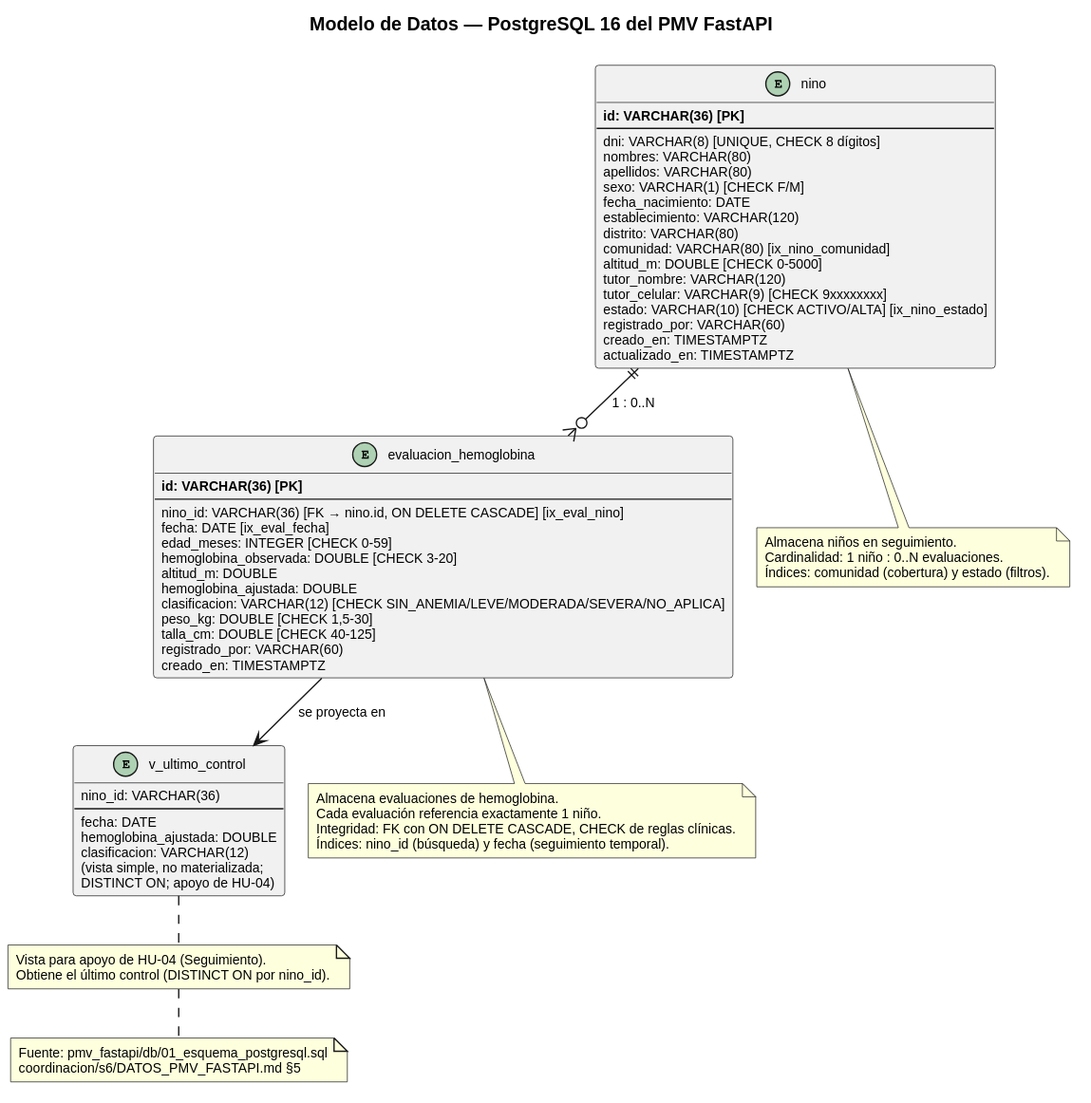
Above: diagramas/svg/55_s6_modelo_datos_postgresql.svg in woshtsu/ProcesosSoftwareAnemia (PlantUML), before the change.
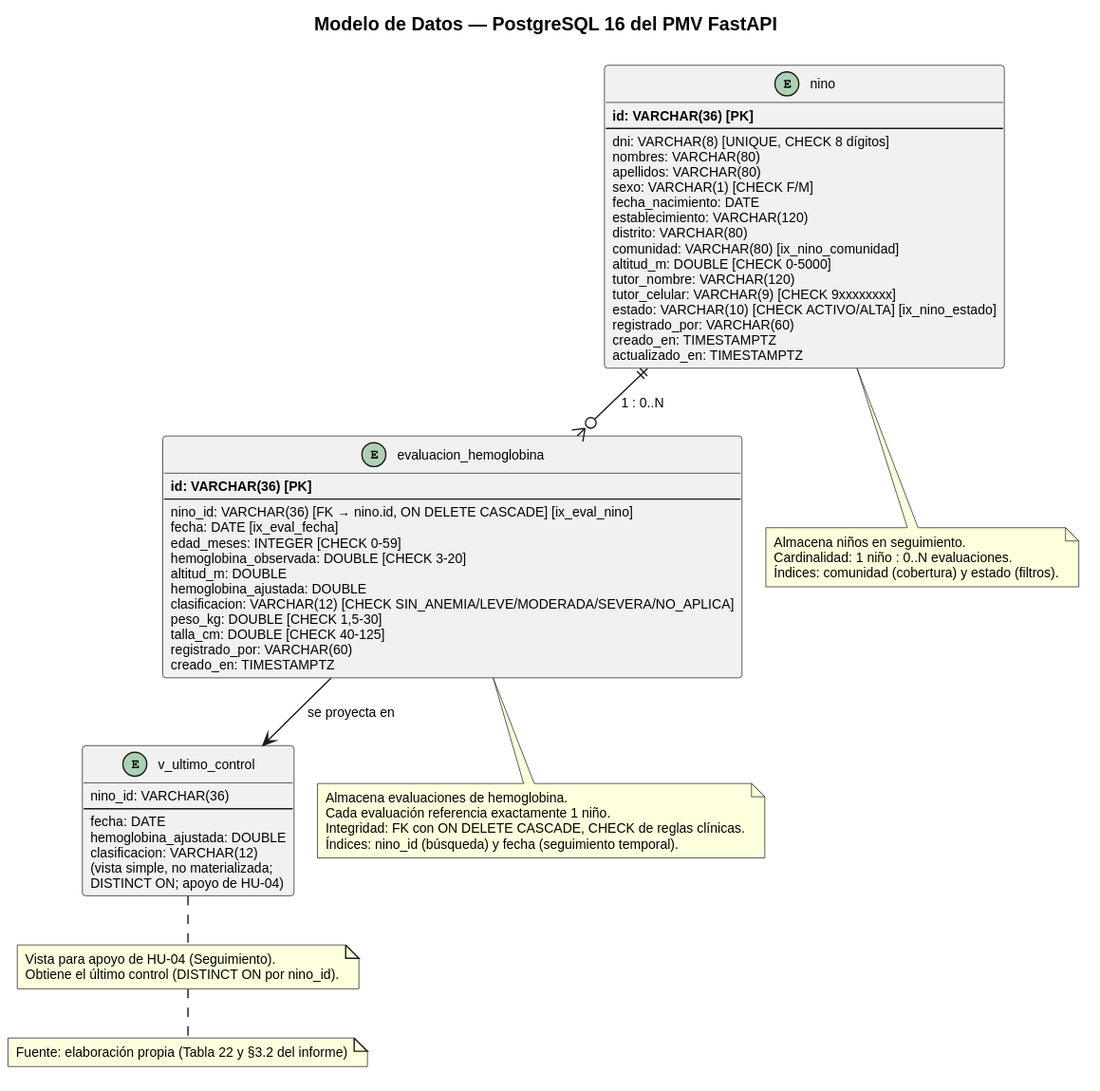
Later version of the same file.

Diff of the diagram source:
```diff
@@ -74,7 +74,6 @@
 end note
 
 note bottom
-  Fuente: pmv_fastapi/db/01_esquema_postgresql.sql
-  coordinacion/s6/DATOS_PMV_FASTAPI.md §5
+  Fuente: elaboración propia (Tabla 22 y §3.2 del informe)
 end note
 @enduml
```
